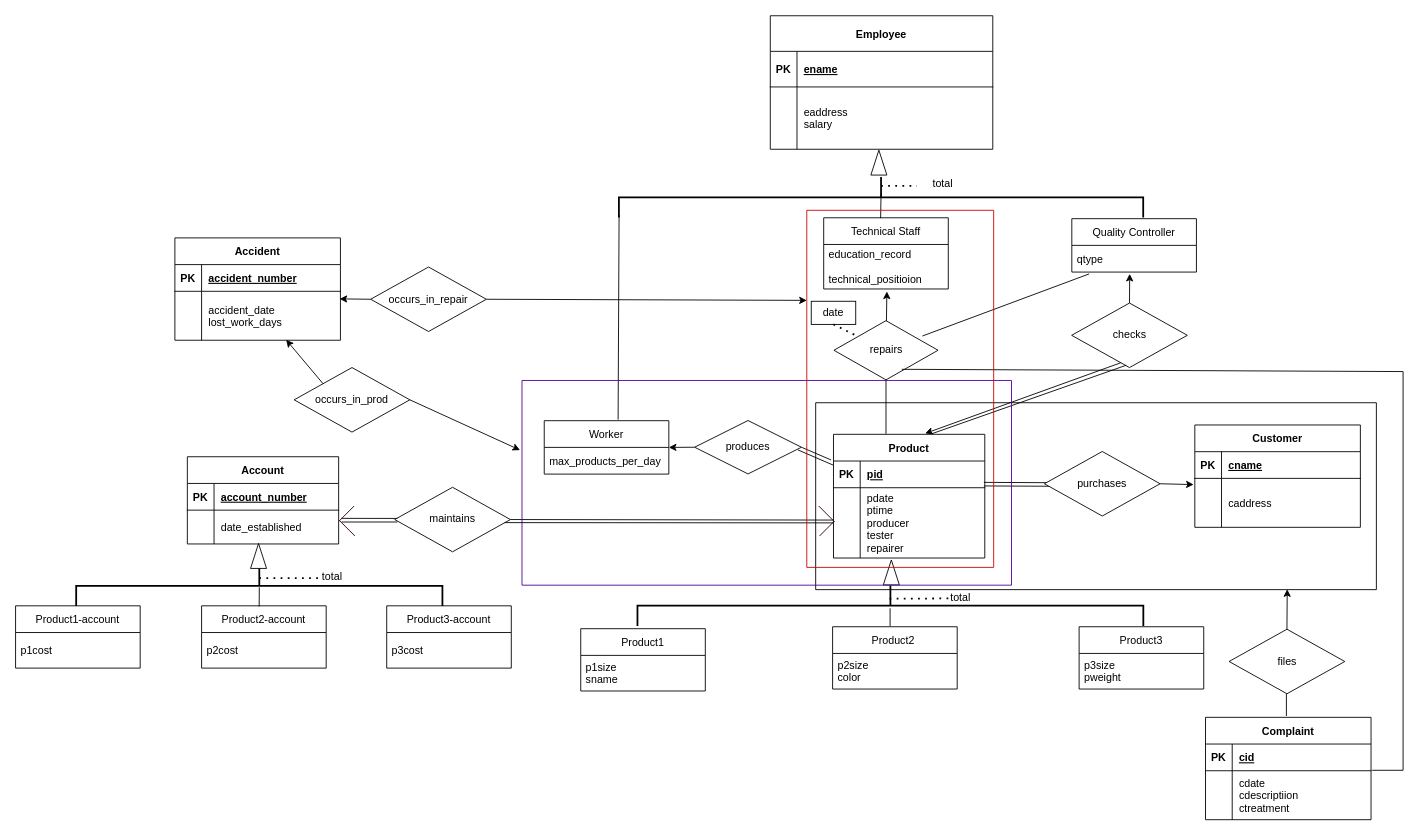
starrycode/ER-Diagrams keeps this draw.io diagram as Untitled Diagram.drawio. Above is the earlier version. Source tidied: cells renumbered, new cells numbered last; positions are measured from the earlier drawing's top-left corner, leaving out a move shared by most shapes. Both pictures are drawn from the tidied source at 89%, with x=0, y=0 at pixel (15, -65).
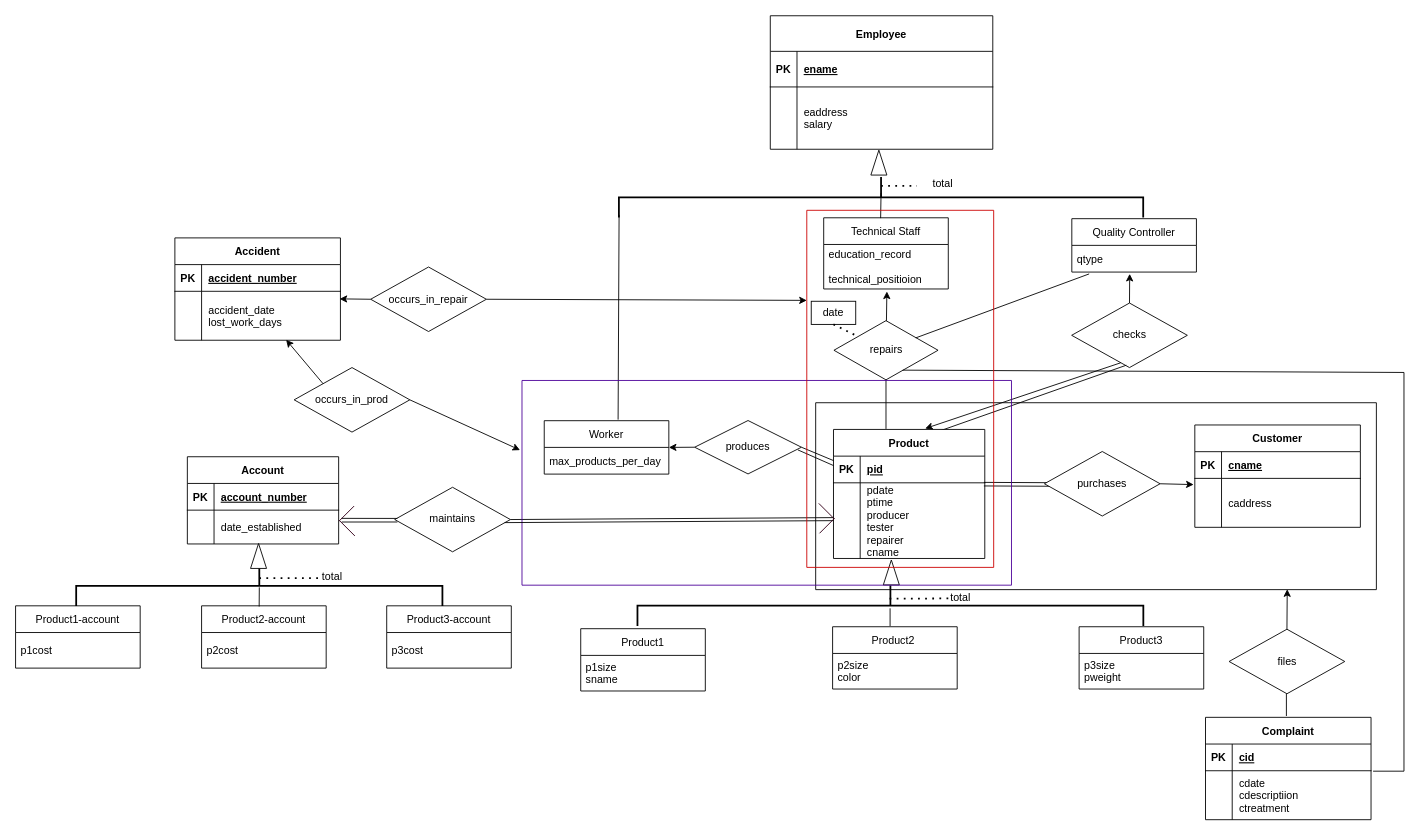
The same page after the edit.

Unchanged cells that the change refers to:
```xml
<mxCell id="12" value="qtype" style="text;strokeColor=none;fillColor=none;align=left;verticalAlign=middle;spacingLeft=4;spacingRight=4;overflow=hidden;points=[[0,0.5],[1,0.5]];portConstraint=eastwest;" parent="11" vertex="1">
  <mxGeometry y="30" width="140" height="30" as="geometry" />
</mxCell>
<mxCell id="17" value="produces" style="shape=rhombus;perimeter=rhombusPerimeter;whiteSpace=wrap;html=1;align=center;" parent="1" vertex="1">
  <mxGeometry x="763" y="545" width="120" height="60" as="geometry" />
</mxCell>
<mxCell id="20" value="repairs" style="rhombus;whiteSpace=wrap;html=1;" parent="1" vertex="1">
  <mxGeometry x="919.5" y="432.8" width="117" height="66.5" as="geometry" />
</mxCell>
<mxCell id="47" style="shape=partialRectangle;fillColor=none;points=[[0,0.5],[1,0.5]];portConstraint=eastwest;top=0;left=0;right=0;bottom=0;" parent="43" vertex="1">
  <mxGeometry y="60" width="186" height="55" as="geometry" />
</mxCell>
<mxCell id="75" style="swimlane;startSize=0;" parent="1" vertex="1">
  <mxGeometry x="899" y="525" width="630" height="210" as="geometry" />
</mxCell>
<mxCell id="87" style="shape=partialRectangle;fillColor=none;points=[[0,0.5],[1,0.5]];portConstraint=eastwest;top=0;left=0;right=0;bottom=1;" parent="86" vertex="1">
  <mxGeometry y="30" width="170" height="30" as="geometry" />
</mxCell>
<mxCell id="107" style="swimlane;startSize=0;strokeColor=#CC0000;" parent="1" vertex="1">
  <mxGeometry x="889" y="308.8" width="210" height="401.2" as="geometry" />
</mxCell>
```

What changed in the source:
```diff
@@
-    <mxCell id="18" style="endArrow=none;html=1;rounded=0;entryX=-0.016;entryY=-0.04;entryDx=0;entryDy=0;entryPerimeter=0;exitX=1;exitY=0.5;exitDx=0;exitDy=0;" parent="1" edge="1" source="17" target="87">
+    <mxCell id="18" style="endArrow=none;html=1;rounded=0;exitX=1;exitY=0.5;exitDx=0;exitDy=0;entryX=0;entryY=0.167;entryDx=0;entryDy=0;entryPerimeter=0;" parent="1" edge="1" source="17" target="87">
       <mxGeometry relative="1" as="geometry" />
     </mxCell>
@@
-    <mxCell id="65" style="endArrow=none;html=1;rounded=0;exitX=0.139;exitY=1.069;exitDx=0;exitDy=0;exitPerimeter=0;entryX=0.85;entryY=0.259;entryDx=0;entryDy=0;entryPerimeter=0;" parent="1" edge="1" source="12" target="20">
+    <mxCell id="65" style="endArrow=none;html=1;rounded=0;exitX=0.139;exitY=1.069;exitDx=0;exitDy=0;exitPerimeter=0;entryX=0.786;entryY=0.291;entryDx=0;entryDy=0;entryPerimeter=0;" parent="1" edge="1" source="12" target="20">
       <mxGeometry relative="1" as="geometry" />
     </mxCell>
-    <mxCell id="66" style="endArrow=none;html=1;rounded=0;entryX=0.652;entryY=0.822;entryDx=0;entryDy=0;exitX=1.007;exitY=-0.009;exitDx=0;exitDy=0;exitPerimeter=0;entryPerimeter=0;" parent="1" edge="1" source="47" target="20">
+    <mxCell id="66" style="endArrow=none;html=1;rounded=0;entryX=0.652;entryY=0.822;entryDx=0;entryDy=0;exitX=1.007;exitY=-0.009;exitDx=0;exitDy=0;exitPerimeter=0;entryPerimeter=0;" parent="1" edge="1">
       <mxGeometry relative="1" as="geometry">
+        <mxPoint x="1525.3" y="939" as="sourcePoint" />
+        <mxPoint x="996.8" y="488.4" as="targetPoint" />
         <Array as="points">
-          <mxPoint x="1559" y="938" />
-          <mxPoint x="1559" y="490" />
+          <mxPoint x="1560" y="939" />
+          <mxPoint x="1560" y="491" />
         </Array>
       </mxGeometry>
     </mxCell>
@@
     <mxCell id="86" value="Product" style="shape=table;startSize=30;childLayout=tableLayout;rowLines=0;fontStyle=1;align=center;" parent="75" vertex="1">
-      <mxGeometry x="20" y="35.5" width="170" height="139" as="geometry" />
+      <mxGeometry x="20" y="30" width="170" height="145" as="geometry" />
     </mxCell>
@@
     <mxCell id="90" style="shape=partialRectangle;fillColor=none;points=[[0,0.5],[1,0.5]];portConstraint=eastwest;top=0;left=0;right=0;bottom=0;" parent="86" vertex="1">
-      <mxGeometry y="60" width="170" height="79" as="geometry" />
+      <mxGeometry y="60" width="170" height="85" as="geometry" />
     </mxCell>
     <mxCell id="91" style="shape=partialRectangle;overflow=hidden;fillColor=none;top=0;left=0;bottom=0;right=0;" parent="90" vertex="1">
-      <mxGeometry width="30" height="79" as="geometry" />
+      <mxGeometry width="30" height="85" as="geometry" />
     </mxCell>
-    <mxCell id="92" value="pdate&#10;ptime&#10;producer&#10;tester&#10;repairer" style="shape=partialRectangle;overflow=hidden;fillColor=none;top=0;left=0;bottom=0;right=0;align=left;spacingLeft=6;" parent="90" vertex="1">
-      <mxGeometry x="30" width="140" height="79" as="geometry" />
+    <mxCell id="92" value="pdate&#10;ptime&#10;producer&#10;tester&#10;repairer&#10;cname" style="shape=partialRectangle;overflow=hidden;fillColor=none;top=0;left=0;bottom=0;right=0;align=left;spacingLeft=6;" parent="90" vertex="1">
+      <mxGeometry x="30" width="140" height="85" as="geometry" />
     </mxCell>
@@
-    <mxCell id="103" style="endArrow=none;html=1;rounded=0;entryX=0;entryY=0.25;entryDx=0;entryDy=0;exitX=1;exitY=0.5;exitDx=0;exitDy=0;" parent="1" edge="1" target="86">
+    <mxCell id="103" style="endArrow=none;html=1;rounded=0;exitX=1;exitY=0.5;exitDx=0;exitDy=0;entryX=0;entryY=0.353;entryDx=0;entryDy=0;entryPerimeter=0;" parent="1" edge="1" target="87">
       <mxGeometry relative="1" as="geometry">
         <mxPoint x="879" y="578" as="sourcePoint" />
       </mxGeometry>
     </mxCell>
@@
     <mxCell id="108" style="shape=partialRectangle;whiteSpace=wrap;html=1;bottom=0;right=0;fillColor=none;strokeColor=#33001A;rotation=-225;" parent="107" vertex="1">
-      <mxGeometry x="3" y="337.2" width="22.6" height="23.8" as="geometry" />
+      <mxGeometry x="3" y="334.2" width="22.6" height="23.8" as="geometry" />
     </mxCell>
```
